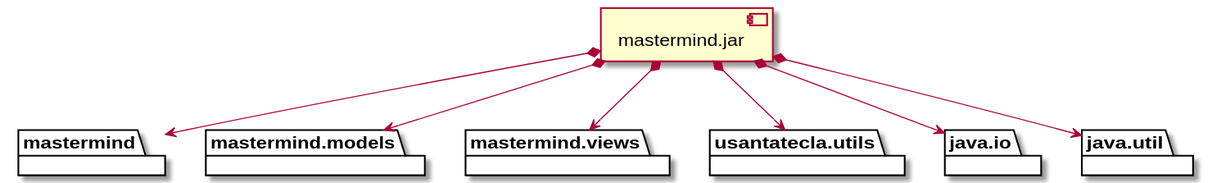
SantaTecla-mastermind/solution.java.swing.socket.sql keeps this PlantUML diagram as documentView/console/docs/diagrams/out/vistas/desarrollo_implementacion.svg. Above is the earlier version.
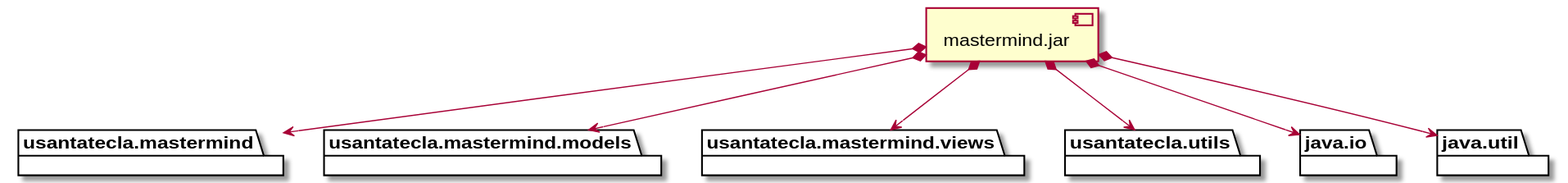
The same file after the commit.

What changed in the source:
```diff
@@ -1,9 +1,9 @@
 @startuml
-package "  "  as mastermind {
+package "  "  as usantatecla.mastermind {
 }
-package "  "  as mastermind.models {
+package "  "  as usantatecla.mastermind.models {
 }
-package "  "  as mastermind.views {
+package "  "  as usantatecla.mastermind.views {
 }
 package "  "  as usantatecla.utils {
 }
@@ -14,9 +14,9 @@
 
 [mastermind.jar] as jar
 
-jar *--> mastermind
-jar *--> mastermind.models
-jar *--> mastermind.views
+jar *--> usantatecla.mastermind
+jar *--> usantatecla.mastermind.models
+jar *--> usantatecla.mastermind.views
 jar *--> usantatecla.utils
 jar *--> java.io
 jar *--> java.util
```
